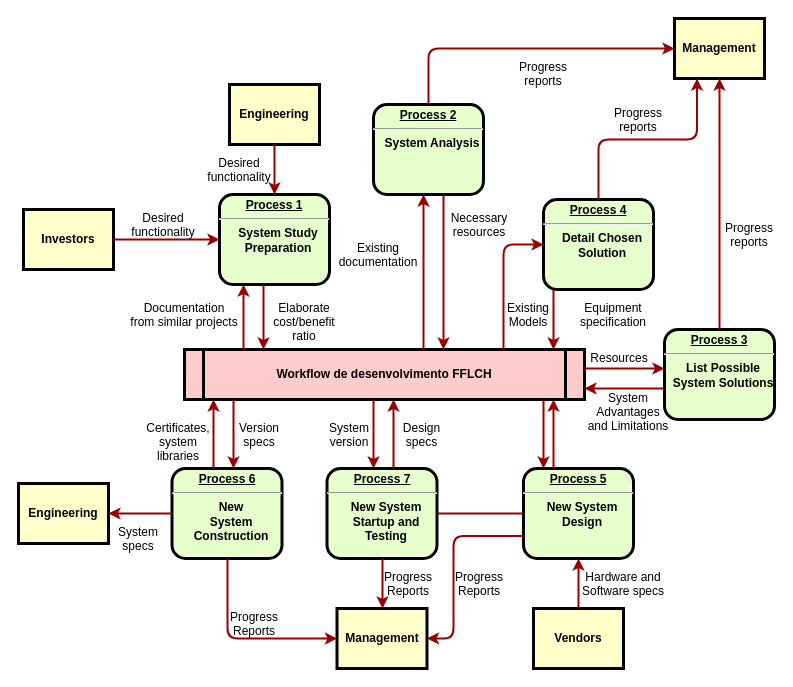
This is sti/Untitled Diagram.drawio from thiagogomesverissimo/diagrams, a draw.io file, before an edit. Source tidied: cells renumbered, new cells numbered last; positions are measured from the earlier drawing's top-left corner, leaving out a move shared by most shapes. Both pictures are drawn from the tidied source at 100%, with x=0, y=0 at pixel (18, 18).
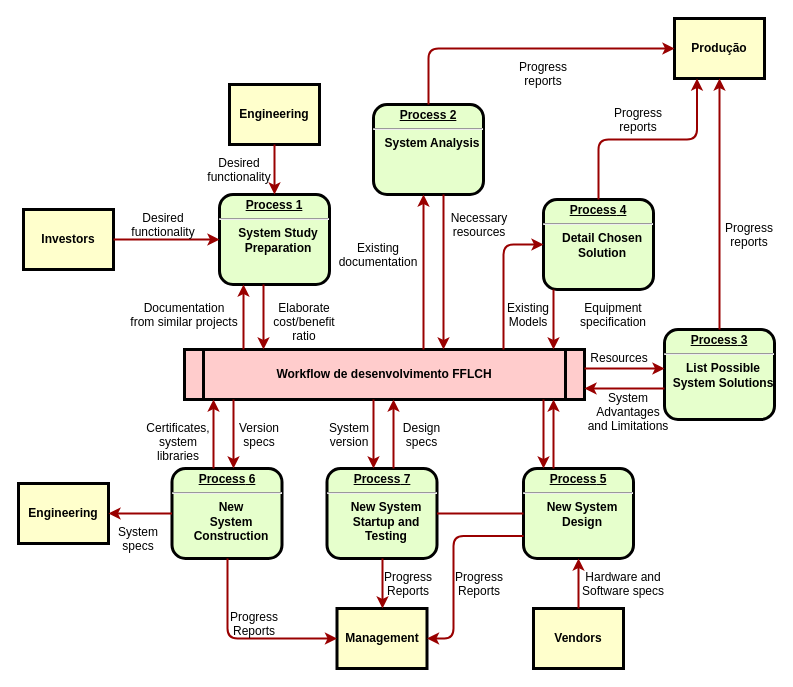
After the change.

Diff of the diagram source:
```diff
@@
-    <mxCell id="11" value="Management" style="whiteSpace=wrap;align=center;verticalAlign=middle;fontStyle=1;strokeWidth=3;fillColor=#FFFFCC;" parent="1" vertex="1">
+    <mxCell id="11" value="Produção" style="whiteSpace=wrap;align=center;verticalAlign=middle;fontStyle=1;strokeWidth=3;fillColor=#FFFFCC;" parent="1" vertex="1">
       <mxGeometry x="656" width="90" height="60" as="geometry" />
     </mxCell>
```
